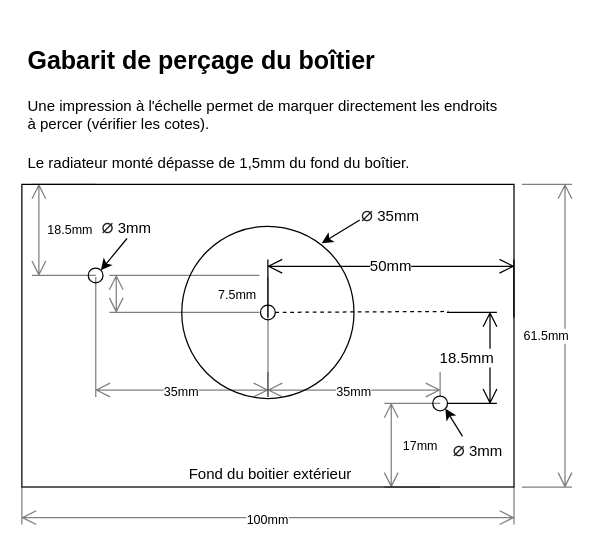
This is page "Page-2" (2 of 2) of content/drawio/dissipateur.drawio from FredM67/Mk2PVRouter, a draw.io file, before an edit. Source tidied: cells renumbered, new cells numbered last; positions are measured from the earlier drawing's top-left corner, leaving out a move shared by most shapes. Both pictures are drawn from the tidied source at 125%, with x=0, y=0 at pixel (21, 34).
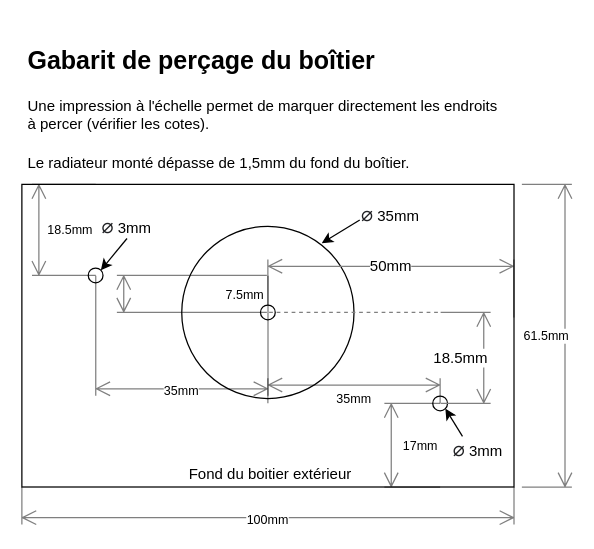
The same diagram, later.

The change refers to these unchanged cells:
```xml
<mxCell id="4" style="group;" parent="1" vertex="1">
  <mxGeometry y="120" width="393.7" height="251.1" as="geometry" />
</mxCell>
<mxCell id="17" style="ellipse;whiteSpace=wrap;html=1;" parent="4" vertex="1">
  <mxGeometry x="190.9" y="96.5" width="11.8" height="11.8" as="geometry" />
</mxCell>
```

Diff of the diagram source:
```diff
@@
-    <mxCell id="5" style="rounded=0;whiteSpace=wrap;html=1;" parent="4" vertex="1">
-      <mxGeometry width="393.7" height="242.1" as="geometry" />
-    </mxCell>
@@
-    <mxCell id="13" value="7.5mm" style="shape=dimension;direction=south;whiteSpace=wrap;html=1;align=right;verticalAlign=middle;labelBackgroundColor=#ffffff;fontSize=10;opacity=50;" parent="4" vertex="1">
-      <mxGeometry x="70" y="72.8" width="120" height="29.5" as="geometry" />
-    </mxCell>
@@
+    <mxCell id="18" value="50mm" style="shape=dimension;direction=west;whiteSpace=wrap;html=1;align=center;verticalAlign=top;spacingTop=-8;labelBackgroundColor=#ffffff;strokeColor=#808080;" parent="4" vertex="1">
+      <mxGeometry x="196.8" y="60" width="196.8" height="46.5" as="geometry" />
+    </mxCell>
@@
-    <mxCell id="18" value="50mm" style="shape=dimension;direction=west;whiteSpace=wrap;html=1;align=center;verticalAlign=top;spacingTop=-8;labelBackgroundColor=#ffffff;" parent="4" vertex="1">
-      <mxGeometry x="196.8" y="60" width="196.8" height="46.5" as="geometry" />
-    </mxCell>
     <mxCell id="19" value="35mm" style="shape=dimension;whiteSpace=wrap;html=1;align=center;verticalAlign=bottom;spacingBottom=-5;labelBackgroundColor=#ffffff;fontSize=10;opacity=50;" parent="4" vertex="1">
-      <mxGeometry x="59.1" y="74" width="137.8" height="96" as="geometry" />
+      <mxGeometry x="59.1" y="73" width="137.8" height="96" as="geometry" />
     </mxCell>
-    <mxCell id="20" value="35mm" style="shape=dimension;whiteSpace=wrap;html=1;align=center;verticalAlign=bottom;spacingBottom=-5;labelBackgroundColor=#ffffff;fontSize=10;opacity=50;" parent="4" vertex="1">
-      <mxGeometry x="196.8" y="150" width="137.8" height="20" as="geometry" />
+    <mxCell id="20" value="35mm" style="shape=dimension;whiteSpace=wrap;html=1;align=center;verticalAlign=bottom;spacingBottom=-5;labelBackgroundColor=#ffffff;fontSize=10;opacity=50;flipV=1;" parent="4" vertex="1">
+      <mxGeometry x="196.8" y="155" width="137.8" height="20" as="geometry" />
     </mxCell>
@@
-    <mxCell id="22" value="18.5mm" style="shape=dimension;direction=north;whiteSpace=wrap;html=1;align=right;points=[];verticalAlign=middle;labelBackgroundColor=#ffffff;" parent="4" vertex="1">
-      <mxGeometry x="340" y="102.4" width="40" height="72.8" as="geometry" />
+    <mxCell id="22" value="18.5mm" style="shape=dimension;direction=north;whiteSpace=wrap;html=1;align=right;points=[];verticalAlign=middle;labelBackgroundColor=#ffffff;strokeColor=#808080;" parent="4" vertex="1">
+      <mxGeometry x="335" y="102.4" width="40" height="72.8" as="geometry" />
     </mxCell>
-    <mxCell id="23" style="endArrow=none;dashed=1;html=1;rounded=0;entryX=1.01;entryY=0.03;entryDx=0;entryDy=0;entryPerimeter=0;exitX=1;exitY=0.5;exitDx=0;exitDy=0;" parent="4" edge="1" source="17" target="22">
-      <mxGeometry relative="1" as="geometry" />
+    <mxCell id="23" style="endArrow=none;dashed=1;html=1;rounded=0;entryX=1.01;entryY=0.03;entryDx=0;entryDy=0;entryPerimeter=0;exitX=1;exitY=0.5;exitDx=0;exitDy=0;strokeColor=#808080;" parent="4" edge="1">
+      <mxGeometry relative="1" as="geometry">
+        <mxPoint x="197.8" y="102.4" as="sourcePoint" />
+        <mxPoint x="334" y="102.4" as="targetPoint" />
+      </mxGeometry>
     </mxCell>
@@
+    <mxCell id="13" value="7.5mm" style="shape=dimension;direction=south;whiteSpace=wrap;html=1;align=right;verticalAlign=middle;labelBackgroundColor=#ffffff;fontSize=10;opacity=50;" parent="4" vertex="1">
+      <mxGeometry x="76" y="72.8" width="120" height="29.5" as="geometry" />
+    </mxCell>
+    <mxCell id="5" style="rounded=0;whiteSpace=wrap;html=1;fillColor=none;" parent="4" vertex="1">
+      <mxGeometry width="393.7" height="242.1" as="geometry" />
+    </mxCell>
```
